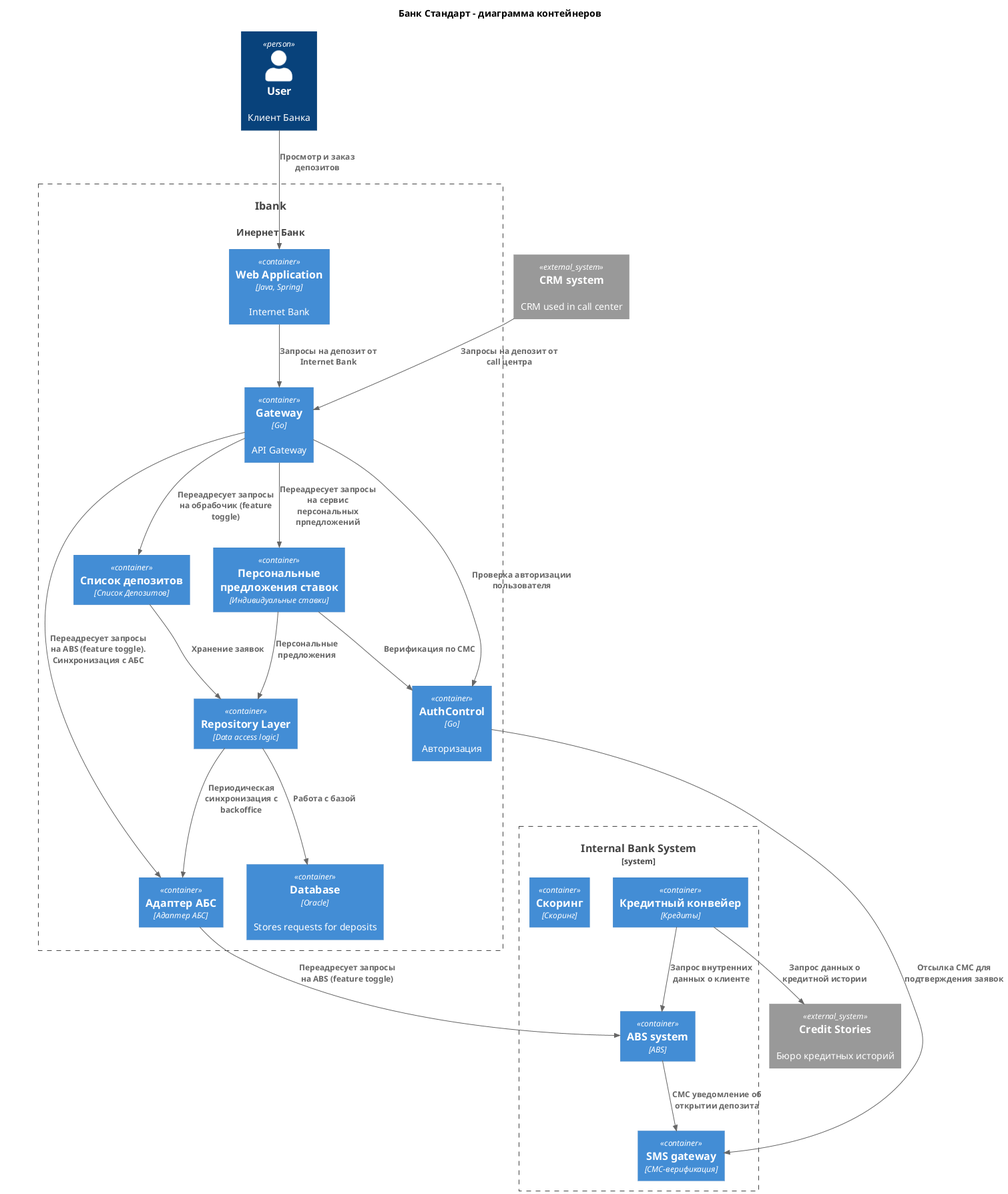
The PlantUML diagram Task3/containers.png in maximp-gh/architecture-pro-standart, before a commit. Source of this version:
```plantuml
@startuml
title Банк Стандарт - диаграмма контейнеров

top to bottom direction

!includeurl https://raw.githubusercontent.com/RicardoNiepel/C4-PlantUML/master/C4_Component.puml


Person(User, "User", "Клиент Банка")

System(Ibank, "Ibank", "Инернет Банк")

System_Boundary(Ibank, "Bank System") {
  Container(WebApp, "Web Application", "Java, Spring", "Internet Bank")
  Container(Database, "Database", "Oracle", "Stores requests for deposits")

  Container(Proxy, "Gateway", "Go", "API Gateway")

  Container(RepositoryLayer, "Repository Layer", "Data access logic")

  Container(AuthControl, "AuthControl", "Go", "Авторизация")
  Container(DepositList, "Список депозитов", "Список Депозитов")
  Container(Offers, "Персональные предложения ставок", "Индивидуальные ставки")
  Container(ABSAdapter, "Адаптер АБС", "Адаптер АБС")

}


System_Boundary(LegacyBank, "Internal Bank System") {
  Container(SMS, "SMS gateway", "СМС-верификация")
  Container(ABS, "ABS system", "ABS")
  Container(CreditPipeline, "Кредитный конвейер", "Кредиты")
  Container(Scoring, "Скоринг", "Скоринг")
}

System_Ext(buero, "Credit Stories", "Бюро кредитных историй")
System_Ext(CRM, "CRM system", "CRM used in call center")


Rel(User, WebApp, "Просмотр и заказ депозитов")
Rel(CRM, Proxy, "Запросы на депозит от call центра")
Rel(WebApp, Proxy, "Запросы на депозит от Internet Bank")
Rel(Proxy, AuthControl, "Проверка авторизации пользователя")
Rel(Offers, AuthControl, "Верификация по СМС")
Rel(Proxy, Offers, "Переадресует запросы на сервис персональных прпедложений")
Rel(Proxy, DepositList, "Переадресует запросы на обрабочик (feature toggle)")
Rel(Proxy, ABSAdapter, "Переадресует запросы на ABS (feature toggle). Синхронизация с АБС")
Rel(ABSAdapter, ABS, "Переадресует запросы на ABS (feature toggle)")
Rel(ABS, SMS, "СМС уведомление об открытии депозита")

Rel(Offers, RepositoryLayer, "Персональные предложения")
Rel(DepositList, RepositoryLayer, "Хранение заявок")
Rel(AuthControl, SMS, "Отсылка СМС для подтверждения заявок")
Rel(RepositoryLayer, ABSAdapter, "Периодическая синхронизация с backoffice")
Rel(RepositoryLayer,Database,"Работа с базой")
Rel(CreditPipeline, buero, "Запрос данных о кредитной истории")
Rel(CreditPipeline, ABS,"Запрос внутренних данных о клиенте")
@enduml
```
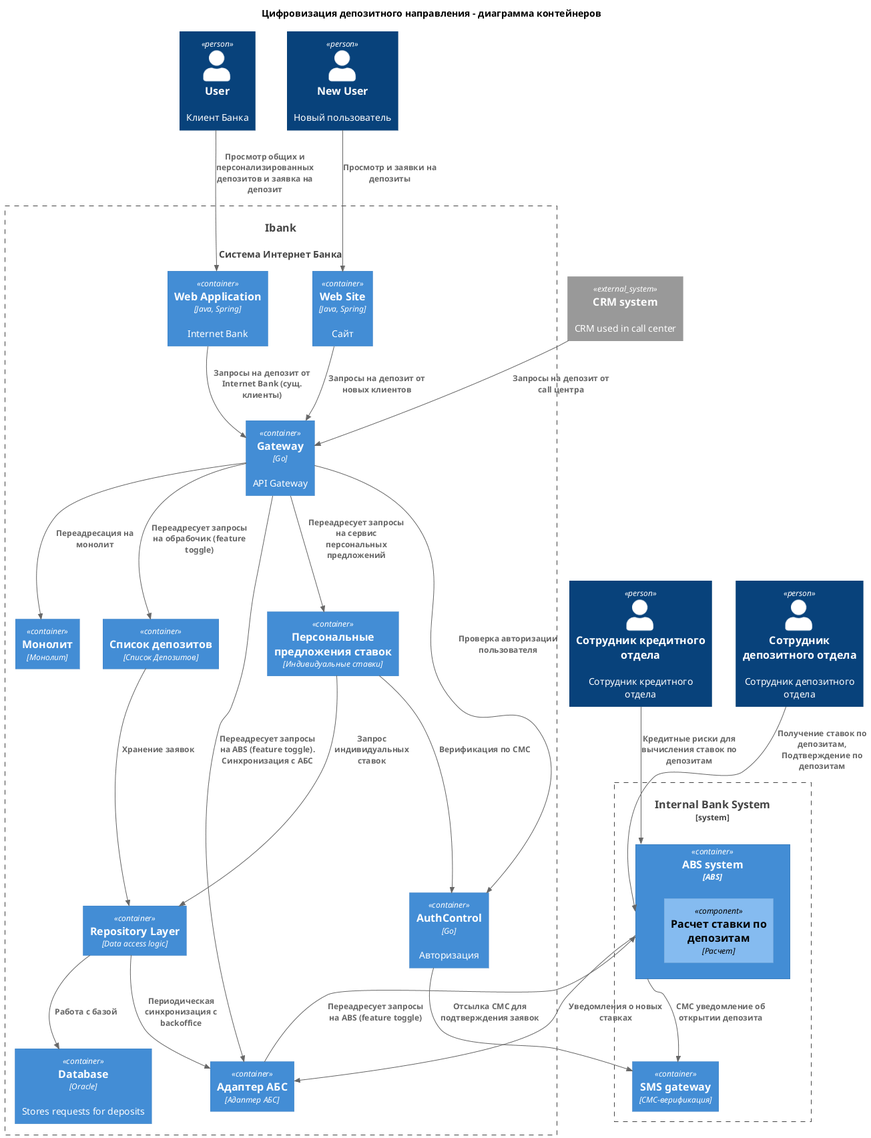
After the commit.

Diff of the diagram source:
```diff
@@ -1,5 +1,5 @@
 @startuml
-title Банк Стандарт - диаграмма контейнеров
+title Цифровизация депозитного направления - диаграмма контейнеров
 
 top to bottom direction
 
@@ -7,15 +7,20 @@
 
 
 Person(User, "User", "Клиент Банка")
+Person(NewUser, "New User", "Новый пользователь")
+Person(CreditStaff, "Сотрудник кредитного отдела", "Сотрудник кредитного отдела")
+Person(Staff, "Сотрудник депозитного отдела", "Сотрудник депозитного отдела")
 
-System(Ibank, "Ibank", "Инернет Банк")
+System(Ibank, "Ibank", "Система Интернет Банка")
 
 System_Boundary(Ibank, "Bank System") {
+
+  Container(WebSite, "Web Site", "Java, Spring", "Сайт")
   Container(WebApp, "Web Application", "Java, Spring", "Internet Bank")
   Container(Database, "Database", "Oracle", "Stores requests for deposits")
 
   Container(Proxy, "Gateway", "Go", "API Gateway")
-
+  Container(Monolith, "Монолит", "Монолит")
   Container(RepositoryLayer, "Repository Layer", "Data access logic")
 
   Container(AuthControl, "AuthControl", "Go", "Авторизация")
@@ -25,34 +30,38 @@
 
 }
 
-
 System_Boundary(LegacyBank, "Internal Bank System") {
   Container(SMS, "SMS gateway", "СМС-верификация")
-  Container(ABS, "ABS system", "ABS")
-  Container(CreditPipeline, "Кредитный конвейер", "Кредиты")
-  Container(Scoring, "Скоринг", "Скоринг")
+  Container(ABS, "ABS system", "ABS") {
+    Component(CalcDeposit, "Расчет ставки по депозитам", "Расчет")
+  }
 }
 
-System_Ext(buero, "Credit Stories", "Бюро кредитных историй")
 System_Ext(CRM, "CRM system", "CRM used in call center")
 
+Rel(User,    WebApp,  "Просмотр общих и персонализированных депозитов и заявка на депозит")
+Rel(NewUser, WebSite, "Просмотр и заявки на депозиты")
 
-Rel(User, WebApp, "Просмотр и заказ депозитов")
 Rel(CRM, Proxy, "Запросы на депозит от call центра")
-Rel(WebApp, Proxy, "Запросы на депозит от Internet Bank")
+Rel(WebApp, Proxy, "Запросы на депозит от Internet Bank (сущ. клиенты)")
+Rel(WebSite, Proxy, "Запросы на депозит от новых клиентов")
+Rel(Proxy, Monolith, "Переадресация на монолит")
 Rel(Proxy, AuthControl, "Проверка авторизации пользователя")
 Rel(Offers, AuthControl, "Верификация по СМС")
-Rel(Proxy, Offers, "Переадресует запросы на сервис персональных прпедложений")
+Rel(Proxy, Offers, "Переадресует запросы на сервис персональных предложений")
 Rel(Proxy, DepositList, "Переадресует запросы на обрабочик (feature toggle)")
 Rel(Proxy, ABSAdapter, "Переадресует запросы на ABS (feature toggle). Синхронизация с АБС")
 Rel(ABSAdapter, ABS, "Переадресует запросы на ABS (feature toggle)")
 Rel(ABS, SMS, "СМС уведомление об открытии депозита")
 
-Rel(Offers, RepositoryLayer, "Персональные предложения")
+Rel(Offers, RepositoryLayer, "Запрос индивидуальных ставок")
 Rel(DepositList, RepositoryLayer, "Хранение заявок")
 Rel(AuthControl, SMS, "Отсылка СМС для подтверждения заявок")
 Rel(RepositoryLayer, ABSAdapter, "Периодическая синхронизация с backoffice")
 Rel(RepositoryLayer,Database,"Работа с базой")
-Rel(CreditPipeline, buero, "Запрос данных о кредитной истории")
-Rel(CreditPipeline, ABS,"Запрос внутренних данных о клиенте")
+
+Rel(Staff, ABS, "Получение ставок по депозитам, Подтверждение по депозитам")
+Rel(CreditStaff, ABS, "Кредитные риски для вычисления ставок по депозитам")
+Rel(ABS, ABSAdapter, "Уведомления о новых ставках")
+
 @enduml
```
